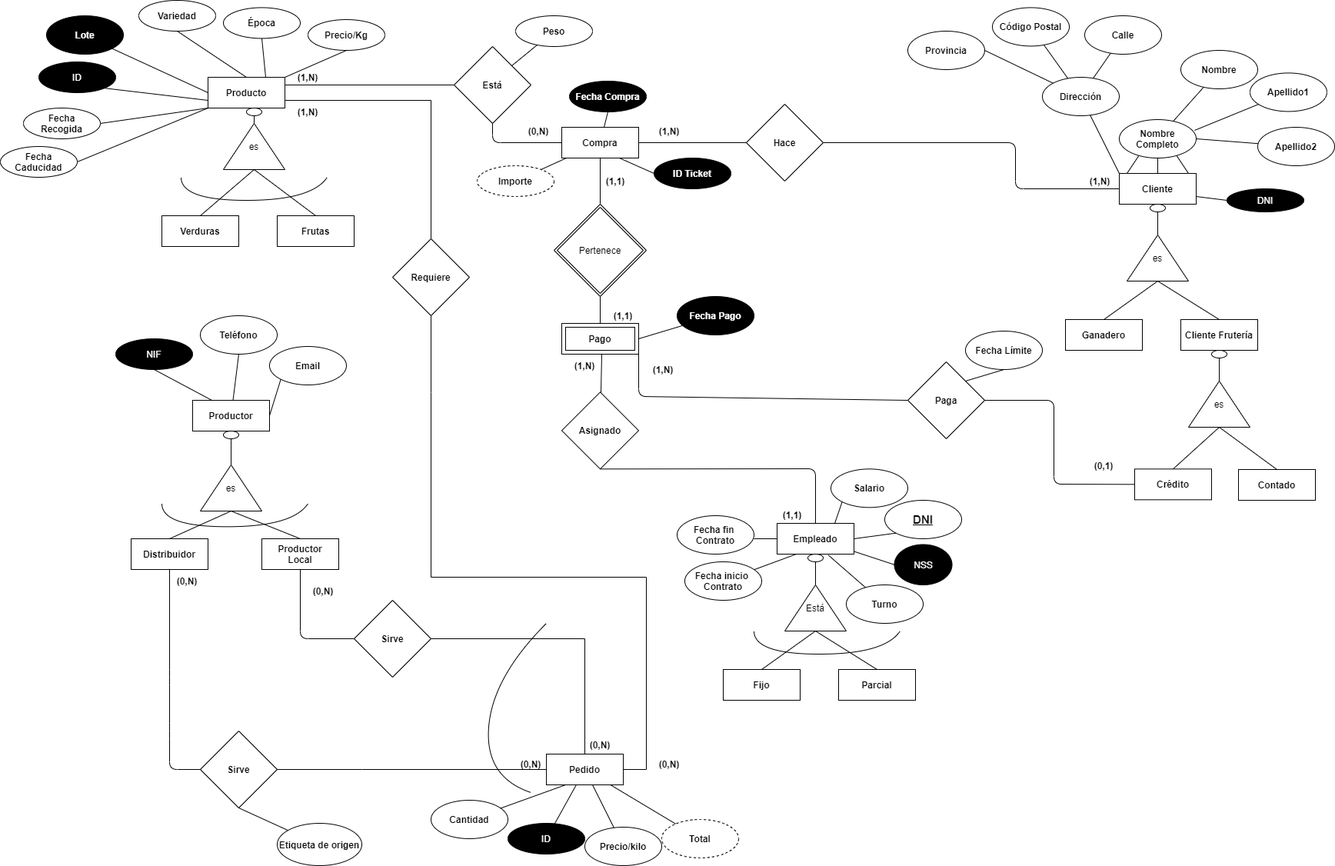
Before: Proyecto Final/Modelo E-R.png, a diagram exported from draw.io (carolalvarezm/ADBD). Source tidied: cells renumbered, new cells last; positions are measured from the earlier drawing's top-left corner, leaving out a move shared by most shapes.
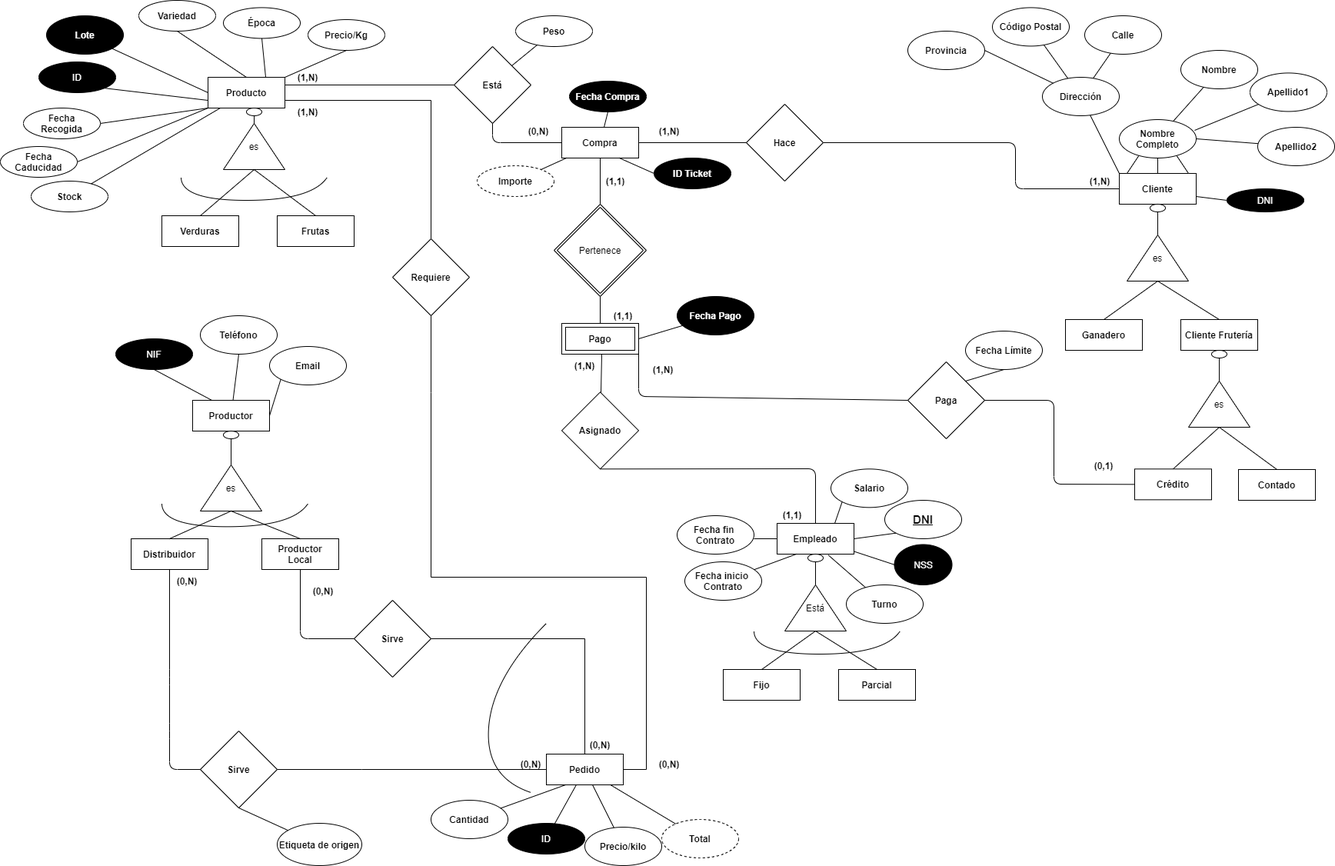
The same file after the commit.

Diff of the diagram source:
```diff
@@ -574,5 +574,11 @@
     <mxCell id="164" value="Fecha Límite" style="ellipse;whiteSpace=wrap;html=1;align=center;fillColor=#FFFFFF;fontStyle=1;" parent="1" vertex="1">
       <mxGeometry x="1255" y="430" width="100" height="50" as="geometry" />
     </mxCell>
+    <mxCell id="165" value="Stock" style="ellipse;whiteSpace=wrap;html=1;align=center;fillColor=#FFFFFF;fontStyle=1;" parent="1" vertex="1">
+      <mxGeometry x="40" y="235" width="100" height="40" as="geometry" />
+    </mxCell>
+    <mxCell id="166" style="endArrow=none;html=1;rounded=0;" parent="1" edge="1" source="165" target="10">
+      <mxGeometry relative="1" as="geometry" />
+    </mxCell>
   </root>
 </mxGraphModel>
```
